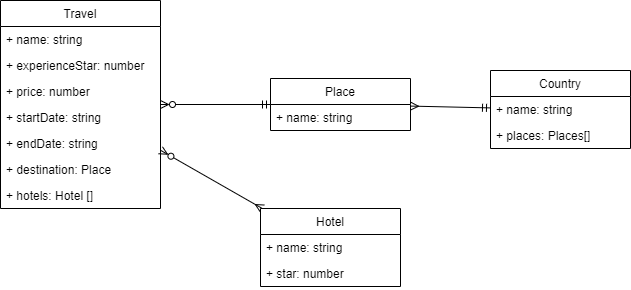
This is diagram.drawio.png from gastoncba/fast-tour, a draw.io export, as it was before one commit. Source tidied: cells renumbered, new cells last; positions are measured from the earlier drawing's top-left corner, leaving out a move shared by most shapes.
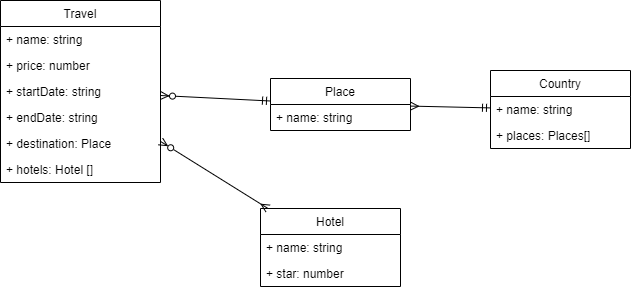
Later version of the same file.

Diff of the diagram source:
```diff
@@ -3,28 +3,25 @@
     <mxCell id="0" />
     <mxCell id="1" parent="0" />
     <mxCell id="2" value="Travel" style="swimlane;fontStyle=0;horizontal=1;startSize=26;fillColor=none;" parent="1" vertex="1">
-      <mxGeometry width="160" height="208" as="geometry" />
+      <mxGeometry width="160" height="182" as="geometry" />
     </mxCell>
     <mxCell id="3" value="+ name: string" style="text;strokeColor=none;fillColor=none;align=left;verticalAlign=top;spacingLeft=4;spacingRight=4;overflow=hidden;" parent="2" vertex="1">
       <mxGeometry y="26" width="160" height="26" as="geometry" />
     </mxCell>
-    <mxCell id="4" value="+ experienceStar: number" style="text;strokeColor=none;fillColor=none;align=left;verticalAlign=top;spacingLeft=4;spacingRight=4;overflow=hidden;" parent="2" vertex="1">
-      <mxGeometry y="52" width="160" height="26" as="geometry" />
-    </mxCell>
     <mxCell id="5" value="+ price: number" style="text;strokeColor=none;fillColor=none;align=left;verticalAlign=top;spacingLeft=4;spacingRight=4;overflow=hidden;" parent="2" vertex="1">
-      <mxGeometry y="78" width="160" height="26" as="geometry" />
+      <mxGeometry y="52" width="160" height="26" as="geometry" />
     </mxCell>
     <mxCell id="6" value="+ startDate: string&#10;" style="text;strokeColor=none;fillColor=none;align=left;verticalAlign=top;spacingLeft=4;spacingRight=4;overflow=hidden;" parent="2" vertex="1">
-      <mxGeometry y="104" width="160" height="26" as="geometry" />
+      <mxGeometry y="78" width="160" height="26" as="geometry" />
     </mxCell>
     <mxCell id="7" value="+ endDate: string&#10;" style="text;strokeColor=none;fillColor=none;align=left;verticalAlign=top;spacingLeft=4;spacingRight=4;overflow=hidden;" parent="2" vertex="1">
-      <mxGeometry y="130" width="160" height="26" as="geometry" />
+      <mxGeometry y="104" width="160" height="26" as="geometry" />
     </mxCell>
     <mxCell id="8" value="+ destination: Place" style="text;strokeColor=none;fillColor=none;align=left;verticalAlign=top;spacingLeft=4;spacingRight=4;overflow=hidden;" parent="2" vertex="1">
-      <mxGeometry y="156" width="160" height="26" as="geometry" />
+      <mxGeometry y="130" width="160" height="26" as="geometry" />
     </mxCell>
     <mxCell id="9" value="+ hotels: Hotel []&#10;" style="text;strokeColor=none;fillColor=none;align=left;verticalAlign=top;spacingLeft=4;spacingRight=4;overflow=hidden;" parent="2" vertex="1">
-      <mxGeometry y="182" width="160" height="26" as="geometry" />
+      <mxGeometry y="156" width="160" height="26" as="geometry" />
     </mxCell>
     <mxCell id="10" value="Place" style="swimlane;fontStyle=0;horizontal=1;startSize=26;fillColor=none;" parent="1" vertex="1">
       <mxGeometry x="270" y="78" width="140" height="52" as="geometry" />
```
